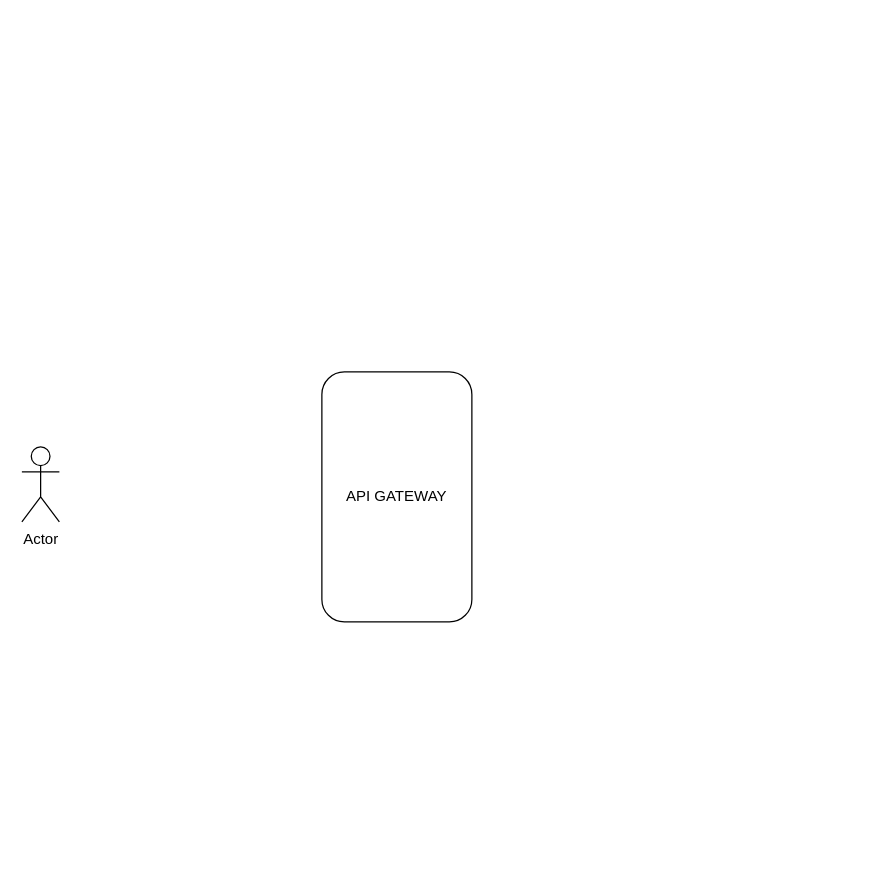
pawntoqueen/videa-modernization keeps this draw.io diagram as Videa Modernization.drawio. Above is the earlier version. Source tidied: cells renumbered, new cells numbered last; positions are measured from the earlier drawing's top-left corner, leaving out a move shared by most shapes. Both pictures are drawn from the tidied source at 125%, with x=0, y=0 at pixel (21, 371).
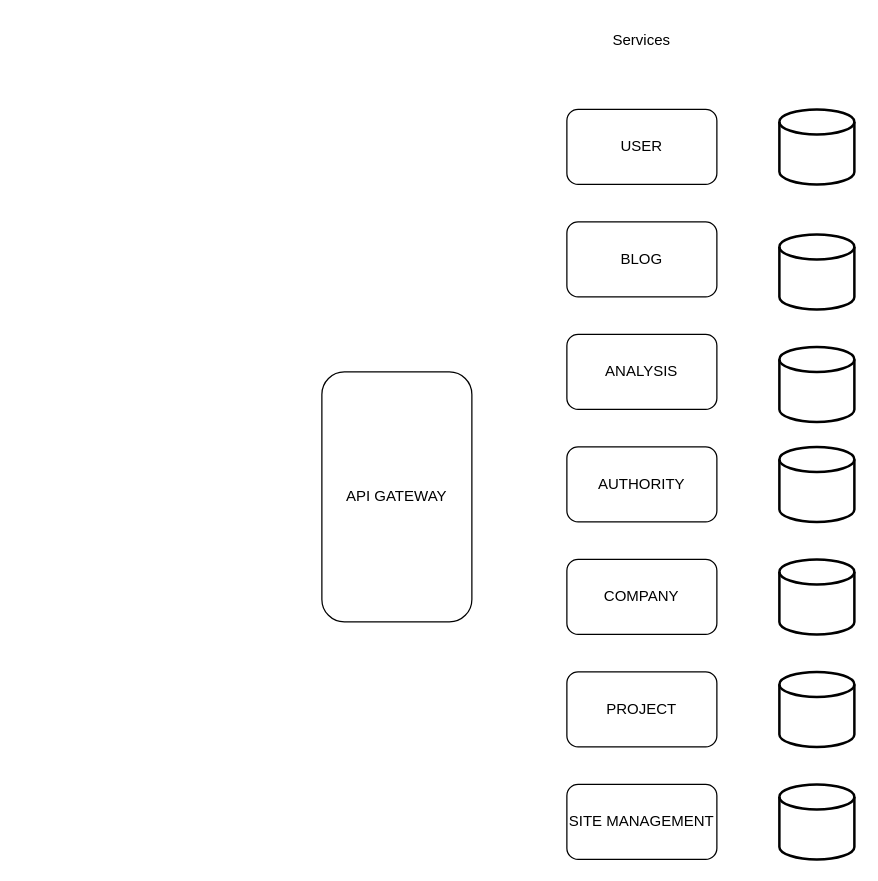
Above is the later version.

Diff of the diagram source:
```diff
@@
 <mxGraphModel>
   <root>
     <mxCell id="0" />
     <mxCell id="1" parent="0" />
     <mxCell id="2" value="API GATEWAY" style="rounded=1;whiteSpace=wrap;html=1;" parent="1" vertex="1">
       <mxGeometry x="240" width="120" height="200" as="geometry" />
     </mxCell>
-    <mxCell id="3" value="Actor" style="shape=umlActor;verticalLabelPosition=bottom;verticalAlign=top;html=1;" parent="1" vertex="1">
-      <mxGeometry y="60" width="30" height="60" as="geometry" />
-    </mxCell>
+    <mxCell id="4" value="USER" style="rounded=1;whiteSpace=wrap;html=1;" parent="1" vertex="1">
+      <mxGeometry x="436" y="-210" width="120" height="60" as="geometry" />
+    </mxCell>
+    <mxCell id="5" value="Services" style="text;html=1;align=center;verticalAlign=middle;whiteSpace=wrap;rounded=0;" parent="1" vertex="1">
+      <mxGeometry x="466" y="-280" width="60" height="30" as="geometry" />
+    </mxCell>
+    <mxCell id="6" value="BLOG" style="rounded=1;whiteSpace=wrap;html=1;" parent="1" vertex="1">
+      <mxGeometry x="436" y="-120" width="120" height="60" as="geometry" />
+    </mxCell>
+    <mxCell id="7" value="ANALYSIS" style="rounded=1;whiteSpace=wrap;html=1;" parent="1" vertex="1">
+      <mxGeometry x="436" y="-30" width="120" height="60" as="geometry" />
+    </mxCell>
+    <mxCell id="8" value="AUTHORITY" style="rounded=1;whiteSpace=wrap;html=1;" parent="1" vertex="1">
+      <mxGeometry x="436" y="60" width="120" height="60" as="geometry" />
+    </mxCell>
+    <mxCell id="9" value="COMPANY" style="rounded=1;whiteSpace=wrap;html=1;" parent="1" vertex="1">
+      <mxGeometry x="436" y="150" width="120" height="60" as="geometry" />
+    </mxCell>
+    <mxCell id="10" value="PROJECT" style="rounded=1;whiteSpace=wrap;html=1;" parent="1" vertex="1">
+      <mxGeometry x="436" y="240" width="120" height="60" as="geometry" />
+    </mxCell>
+    <mxCell id="11" value="SITE MANAGEMENT" style="rounded=1;whiteSpace=wrap;html=1;" parent="1" vertex="1">
+      <mxGeometry x="436" y="330" width="120" height="60" as="geometry" />
+    </mxCell>
+    <mxCell id="12" style="strokeWidth=2;html=1;shape=mxgraph.flowchart.database;whiteSpace=wrap;" parent="1" vertex="1">
+      <mxGeometry x="606" y="-110" width="60" height="60" as="geometry" />
+    </mxCell>
+    <mxCell id="13" style="strokeWidth=2;html=1;shape=mxgraph.flowchart.database;whiteSpace=wrap;" parent="1" vertex="1">
+      <mxGeometry x="606" y="-210" width="60" height="60" as="geometry" />
+    </mxCell>
+    <mxCell id="14" style="strokeWidth=2;html=1;shape=mxgraph.flowchart.database;whiteSpace=wrap;" parent="1" vertex="1">
+      <mxGeometry x="606" y="-20" width="60" height="60" as="geometry" />
+    </mxCell>
+    <mxCell id="15" style="strokeWidth=2;html=1;shape=mxgraph.flowchart.database;whiteSpace=wrap;" parent="1" vertex="1">
+      <mxGeometry x="606" y="60" width="60" height="60" as="geometry" />
+    </mxCell>
+    <mxCell id="16" style="strokeWidth=2;html=1;shape=mxgraph.flowchart.database;whiteSpace=wrap;" parent="1" vertex="1">
+      <mxGeometry x="606" y="150" width="60" height="60" as="geometry" />
+    </mxCell>
+    <mxCell id="17" style="strokeWidth=2;html=1;shape=mxgraph.flowchart.database;whiteSpace=wrap;" parent="1" vertex="1">
+      <mxGeometry x="606" y="240" width="60" height="60" as="geometry" />
+    </mxCell>
+    <mxCell id="18" style="strokeWidth=2;html=1;shape=mxgraph.flowchart.database;whiteSpace=wrap;" parent="1" vertex="1">
+      <mxGeometry x="606" y="330" width="60" height="60" as="geometry" />
+    </mxCell>
   </root>
 </mxGraphModel>
```
